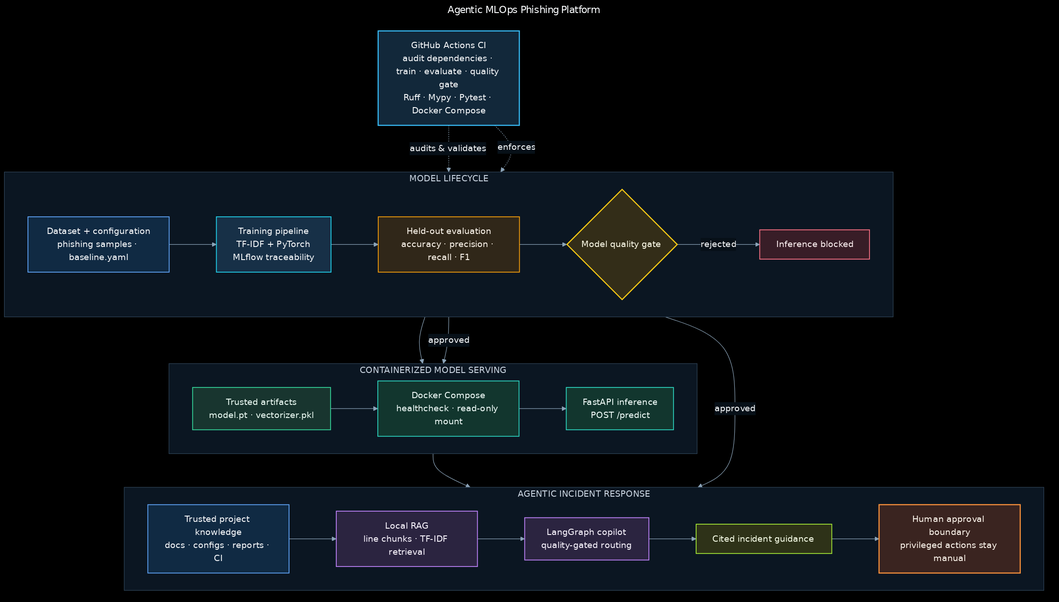
The Mermaid diagram docs/assets/portfolio/platform-architecture.png in dmarinhoDKR/agentic-mlops-phishing-platform, before a commit. Its source is kept beside it as docs/assets/portfolio/platform-architecture.mmd. The source it was exported from:
```mermaid
---
title: Agentic MLOps Phishing Platform
---
%%{init: {"theme": "base", "themeVariables": {"background": "#071018", "primaryTextColor": "#f8fafc", "lineColor": "#8ba3b8", "fontFamily": "Inter, Segoe UI, Arial, sans-serif", "clusterBkg": "#0b1622", "clusterBorder": "#31475b", "edgeLabelBackground": "#071018"}, "flowchart": {"curve": "basis", "nodeSpacing": 44, "rankSpacing": 62}}}%%
flowchart TB
    CI["GitHub Actions CI<br/>audit dependencies · train · evaluate · quality gate<br/>Ruff · Mypy · Pytest · Docker Compose"]:::ci

    subgraph MODEL["MODEL LIFECYCLE"]
        direction LR
        INPUTS["Dataset + configuration<br/>phishing samples · baseline.yaml"]:::data
        TRAIN["Training pipeline<br/>TF-IDF + PyTorch<br/>MLflow traceability"]:::process
        EVAL["Held-out evaluation<br/>accuracy · precision · recall · F1"]:::observe
        GATE{"Model quality gate"}:::gate
        BLOCK["Inference blocked"]:::blocked

        INPUTS --> TRAIN --> EVAL --> GATE
        GATE -->|"rejected"| BLOCK
    end

    subgraph SERVING["CONTAINERIZED MODEL SERVING"]
        direction LR
        ARTIFACTS["Trusted artifacts<br/>model.pt · vectorizer.pkl"]:::artifact
        DOCKER["Docker Compose<br/>healthcheck · read-only mount"]:::runtime
        API["FastAPI inference<br/>POST /predict"]:::runtime

        ARTIFACTS --> DOCKER --> API
    end

    subgraph COPILOT["AGENTIC INCIDENT RESPONSE"]
        direction LR
        KNOWLEDGE["Trusted project knowledge<br/>docs · configs · reports · CI"]:::data
        RAG["Local RAG<br/>line chunks · TF-IDF retrieval"]:::agent
        GRAPH["LangGraph copilot<br/>quality-gated routing"]:::agent
        GUIDANCE["Cited incident guidance"]:::output
        HUMAN["Human approval boundary<br/>privileged actions stay manual"]:::human

        KNOWLEDGE --> RAG --> GRAPH --> GUIDANCE --> HUMAN
    end

    TRAIN --> ARTIFACTS
    GATE -->|"approved"| DOCKER
    ARTIFACTS --> GRAPH
    GATE -->|"approved"| GRAPH

    CI -. "audits & validates" .-> TRAIN
    CI -. "enforces" .-> GATE

    classDef ci fill:#12283a,stroke:#38bdf8,color:#f8fafc,stroke-width:2px;
    classDef data fill:#102a43,stroke:#60a5fa,color:#f8fafc,stroke-width:1.5px;
    classDef process fill:#173047,stroke:#22d3ee,color:#f8fafc,stroke-width:1.5px;
    classDef observe fill:#302719,stroke:#f59e0b,color:#fff7ed,stroke-width:1.5px;
    classDef artifact fill:#18352f,stroke:#34d399,color:#ecfdf5,stroke-width:1.5px;
    classDef gate fill:#332d18,stroke:#facc15,color:#fefce8,stroke-width:2px;
    classDef blocked fill:#381d27,stroke:#fb7185,color:#fff1f2,stroke-width:1.5px;
    classDef runtime fill:#12362e,stroke:#2dd4bf,color:#f0fdfa,stroke-width:1.5px;
    classDef agent fill:#2b2440,stroke:#c084fc,color:#faf5ff,stroke-width:1.5px;
    classDef output fill:#2e3218,stroke:#a3e635,color:#f7fee7,stroke-width:1.5px;
    classDef human fill:#3a2420,stroke:#fb923c,color:#fff7ed,stroke-width:2px;

    style MODEL fill:#0b1622,stroke:#31475b,stroke-width:1px,color:#cbd5e1
    style SERVING fill:#0b1622,stroke:#31475b,stroke-width:1px,color:#cbd5e1
    style COPILOT fill:#0b1622,stroke:#31475b,stroke-width:1px,color:#cbd5e1
```
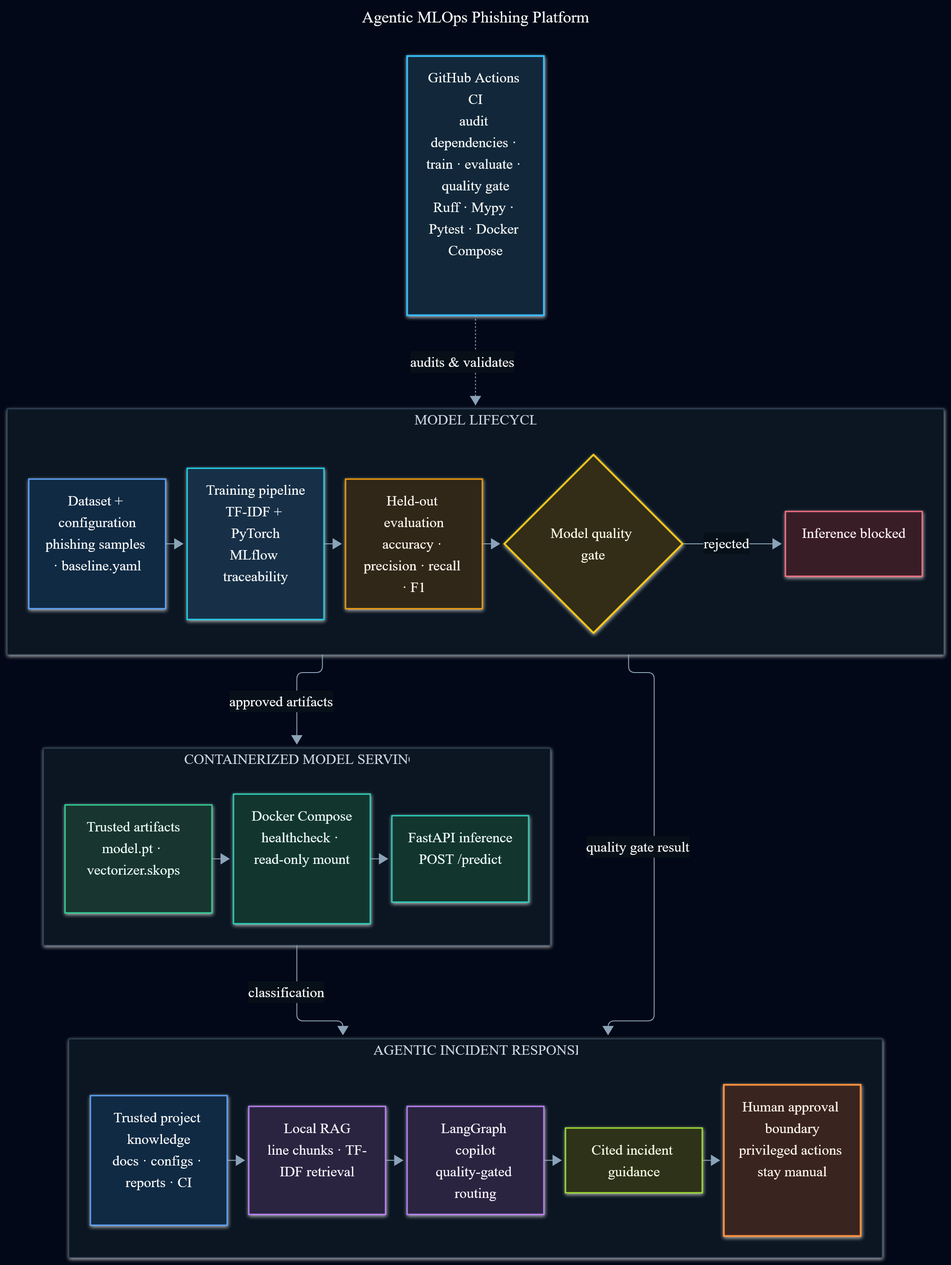
Above is the later version.

Commit message:
Replace pickle vectorizer with skops serialization

The edit, as a diff of the source:
```diff
@@ -19,7 +19,7 @@
 
     subgraph SERVING["CONTAINERIZED MODEL SERVING"]
         direction LR
-        ARTIFACTS["Trusted artifacts<br/>model.pt · vectorizer.pkl"]:::artifact
+        ARTIFACTS["Trusted artifacts<br/>model.pt · vectorizer.skops"]:::artifact
         DOCKER["Docker Compose<br/>healthcheck · read-only mount"]:::runtime
         API["FastAPI inference<br/>POST /predict"]:::runtime
 
@@ -37,13 +37,10 @@
         KNOWLEDGE --> RAG --> GRAPH --> GUIDANCE --> HUMAN
     end
 
-    TRAIN --> ARTIFACTS
-    GATE -->|"approved"| DOCKER
-    ARTIFACTS --> GRAPH
-    GATE -->|"approved"| GRAPH
-
-    CI -. "audits & validates" .-> TRAIN
-    CI -. "enforces" .-> GATE
+    CI -. "audits & validates" .-> MODEL
+    MODEL -->|"approved artifacts"| SERVING
+    MODEL -->|"quality gate result"| COPILOT
+    SERVING -->|"classification"| COPILOT
 
     classDef ci fill:#12283a,stroke:#38bdf8,color:#f8fafc,stroke-width:2px;
     classDef data fill:#102a43,stroke:#60a5fa,color:#f8fafc,stroke-width:1.5px;
```
